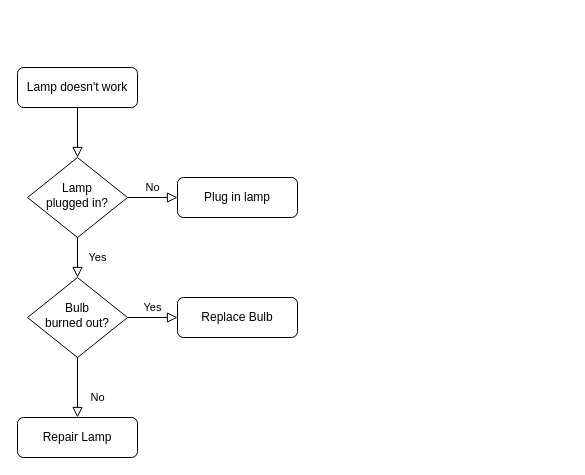
Before: hangman.drawio in michaelethompson/sample_app, a draw.io diagram. Source tidied: cells renumbered, new cells numbered last; positions are measured from the earlier drawing's top-left corner, leaving out a move shared by most shapes. Both pictures are drawn from the tidied source at 100%, with x=0, y=0 at pixel (17, 67).
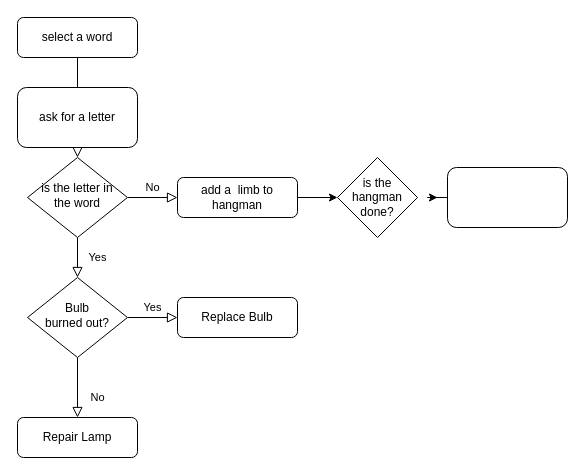
The same diagram, later.

What changed in the source:
```diff
@@
 <mxGraphModel>
   <root>
     <mxCell id="0" />
     <mxCell id="1" parent="0" />
     <mxCell id="2" style="rounded=0;html=1;jettySize=auto;fontSize=11;endArrow=block;endFill=0;endSize=8;strokeWidth=1;shadow=0;labelBackgroundColor=none;edgeStyle=orthogonalEdgeStyle;" parent="1" edge="1" source="3" target="6">
       <mxGeometry relative="1" as="geometry" />
     </mxCell>
-    <mxCell id="3" value="Lamp doesn't work" style="rounded=1;whiteSpace=wrap;html=1;fontSize=12;glass=0;strokeWidth=1;shadow=0;" parent="1" vertex="1">
-      <mxGeometry width="120" height="40" as="geometry" />
+    <mxCell id="3" value="select a word" style="rounded=1;whiteSpace=wrap;html=1;fontSize=12;glass=0;strokeWidth=1;shadow=0;" parent="1" vertex="1">
+      <mxGeometry y="-50" width="120" height="40" as="geometry" />
     </mxCell>
     <mxCell id="4" value="Yes" style="rounded=0;html=1;jettySize=auto;fontSize=11;endArrow=block;endFill=0;endSize=8;strokeWidth=1;shadow=0;labelBackgroundColor=none;edgeStyle=orthogonalEdgeStyle;" parent="1" edge="1" source="6" target="10">
       <mxGeometry y="20" relative="1" as="geometry" />
     </mxCell>
     <mxCell id="5" value="No" style="edgeStyle=orthogonalEdgeStyle;rounded=0;html=1;jettySize=auto;fontSize=11;endArrow=block;endFill=0;endSize=8;strokeWidth=1;shadow=0;labelBackgroundColor=none;" parent="1" edge="1" source="6" target="7">
       <mxGeometry y="10" relative="1" as="geometry" />
     </mxCell>
-    <mxCell id="6" value="Lamp&lt;br&gt;plugged in?" style="rhombus;whiteSpace=wrap;html=1;shadow=0;fontFamily=Helvetica;fontSize=12;align=center;strokeWidth=1;spacing=6;spacingTop=-4;" parent="1" vertex="1">
+    <mxCell id="6" value="is the letter in the word" style="rhombus;whiteSpace=wrap;html=1;shadow=0;fontFamily=Helvetica;fontSize=12;align=center;strokeWidth=1;spacing=6;spacingTop=-4;" parent="1" vertex="1">
       <mxGeometry x="10" y="90" width="100" height="80" as="geometry" />
     </mxCell>
+    <mxCell id="13" style="edgeStyle=orthogonalEdgeStyle;rounded=0;jettySize=auto;html=1;exitX=1;exitY=0.5;exitDx=0;exitDy=0;" parent="1" edge="1" source="7" target="15">
+      <mxGeometry relative="1" as="geometry" />
+    </mxCell>
-    <mxCell id="7" value="Plug in lamp" style="rounded=1;whiteSpace=wrap;html=1;fontSize=12;glass=0;strokeWidth=1;shadow=0;" parent="1" vertex="1">
+    <mxCell id="7" value="add a &amp;nbsp;limb to hangman" style="rounded=1;whiteSpace=wrap;html=1;fontSize=12;glass=0;strokeWidth=1;shadow=0;" parent="1" vertex="1">
       <mxGeometry x="160" y="110" width="120" height="40" as="geometry" />
     </mxCell>
     <mxCell id="8" value="No" style="rounded=0;html=1;jettySize=auto;fontSize=11;endArrow=block;endFill=0;endSize=8;strokeWidth=1;shadow=0;labelBackgroundColor=none;edgeStyle=orthogonalEdgeStyle;" parent="1" edge="1" source="10" target="11">
       <mxGeometry x="0.33" y="20" relative="1" as="geometry" />
     </mxCell>
     <mxCell id="9" value="Yes" style="edgeStyle=orthogonalEdgeStyle;rounded=0;html=1;jettySize=auto;fontSize=11;endArrow=block;endFill=0;endSize=8;strokeWidth=1;shadow=0;labelBackgroundColor=none;" parent="1" edge="1" source="10" target="12">
       <mxGeometry y="10" relative="1" as="geometry" />
     </mxCell>
     <mxCell id="10" value="Bulb&lt;br&gt;burned out?" style="rhombus;whiteSpace=wrap;html=1;shadow=0;fontFamily=Helvetica;fontSize=12;align=center;strokeWidth=1;spacing=6;spacingTop=-4;" parent="1" vertex="1">
       <mxGeometry x="10" y="210" width="100" height="80" as="geometry" />
     </mxCell>
     <mxCell id="11" value="Repair Lamp" style="rounded=1;whiteSpace=wrap;html=1;fontSize=12;glass=0;strokeWidth=1;shadow=0;" parent="1" vertex="1">
       <mxGeometry y="350" width="120" height="40" as="geometry" />
     </mxCell>
     <mxCell id="12" value="Replace Bulb" style="rounded=1;whiteSpace=wrap;html=1;fontSize=12;glass=0;strokeWidth=1;shadow=0;" parent="1" vertex="1">
       <mxGeometry x="160" y="230" width="120" height="40" as="geometry" />
     </mxCell>
+    <mxCell id="14" value="ask for a letter" style="rounded=1;whiteSpace=wrap;html=1;" parent="1" vertex="1">
+      <mxGeometry y="20" width="120" height="60" as="geometry" />
+    </mxCell>
+    <mxCell id="15" value="is the hangman done?" style="rhombus;whiteSpace=wrap;html=1;" parent="1" vertex="1">
+      <mxGeometry x="320" y="90" width="80" height="80" as="geometry" />
+    </mxCell>
+    <mxCell id="16" style="edgeStyle=orthogonalEdgeStyle;rounded=0;jettySize=auto;html=1;" parent="1" edge="1" source="17">
+      <mxGeometry relative="1" as="geometry">
+        <mxPoint x="420" y="130" as="targetPoint" />
+      </mxGeometry>
+    </mxCell>
+    <mxCell id="17" style="rounded=1;whiteSpace=wrap;html=1;" parent="1" vertex="1">
+      <mxGeometry x="430" y="100" width="120" height="60" as="geometry" />
+    </mxCell>
   </root>
 </mxGraphModel>
```
